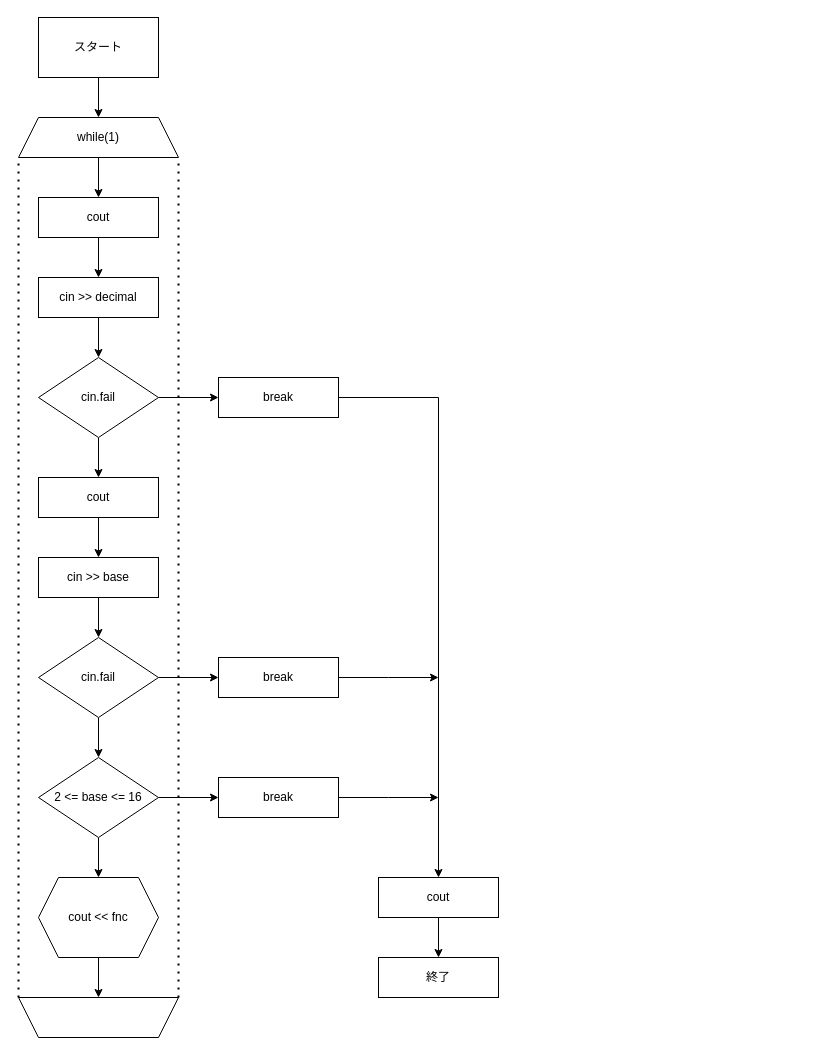
This is base_n_num.drawio from kiakibasl-dev/dentaku, a draw.io file, before an edit. Source tidied: cells renumbered, new cells numbered last; positions are measured from the earlier drawing's top-left corner, leaving out a move shared by most shapes. Both pictures are drawn from the tidied source at 100%, with x=0, y=0 at pixel (18, 17).
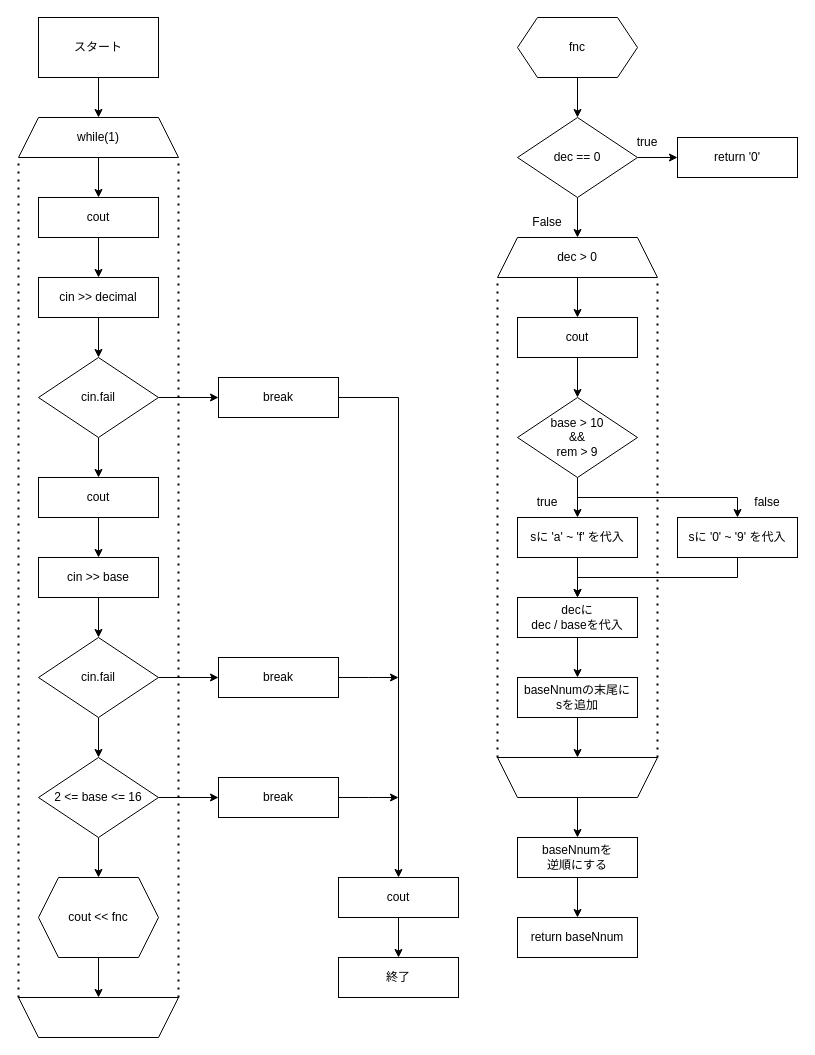
The same diagram, later.

Commit message:
関数fncを追加

Unchanged cells that the change refers to:
```xml
<mxCell id="27" value="break" style="rounded=0;whiteSpace=wrap;html=1;" parent="1" vertex="1">
  <mxGeometry x="200" y="360" width="120" height="40" as="geometry" />
</mxCell>
<mxCell id="29" value="break" style="rounded=0;whiteSpace=wrap;html=1;" parent="1" vertex="1">
  <mxGeometry x="200" y="640" width="120" height="40" as="geometry" />
</mxCell>
<mxCell id="31" value="break" style="rounded=0;whiteSpace=wrap;html=1;" parent="1" vertex="1">
  <mxGeometry x="200" y="760" width="120" height="40" as="geometry" />
</mxCell>
```

The edit, as a diff of the source:
```diff
@@
     <mxCell id="26" style="edgeStyle=orthogonalEdgeStyle;rounded=0;jettySize=auto;html=1;entryX=0.5;entryY=0;entryDx=0;entryDy=0;" parent="1" edge="1" source="27" target="33">
-      <mxGeometry relative="1" as="geometry" />
+      <mxGeometry relative="1" as="geometry">
+        <Array as="points">
+          <mxPoint x="380" y="380" />
+          <mxPoint x="380" y="860" />
+        </Array>
+      </mxGeometry>
     </mxCell>
@@
     <mxCell id="28" style="edgeStyle=orthogonalEdgeStyle;rounded=0;jettySize=auto;html=1;" parent="1" edge="1" source="29">
       <mxGeometry relative="1" as="geometry">
-        <mxPoint x="420" y="660" as="targetPoint" />
+        <mxPoint x="380" y="660" as="targetPoint" />
       </mxGeometry>
     </mxCell>
@@
     <mxCell id="30" style="edgeStyle=orthogonalEdgeStyle;rounded=0;jettySize=auto;html=1;" parent="1" edge="1" source="31">
       <mxGeometry relative="1" as="geometry">
-        <mxPoint x="420" y="780" as="targetPoint" />
+        <mxPoint x="380" y="780" as="targetPoint" />
       </mxGeometry>
     </mxCell>
@@
     <mxCell id="33" value="cout" style="rounded=0;whiteSpace=wrap;html=1;" parent="1" vertex="1">
-      <mxGeometry x="360" y="860" width="120" height="40" as="geometry" />
+      <mxGeometry x="320" y="860" width="120" height="40" as="geometry" />
     </mxCell>
     <mxCell id="34" value="終了" style="rounded=0;whiteSpace=wrap;html=1;" parent="1" vertex="1">
-      <mxGeometry x="360" y="940" width="120" height="40" as="geometry" />
+      <mxGeometry x="320" y="940" width="120" height="40" as="geometry" />
     </mxCell>
@@
+    <mxCell id="37" style="edgeStyle=orthogonalEdgeStyle;rounded=0;jettySize=auto;html=1;" parent="1" edge="1" source="38" target="41">
+      <mxGeometry relative="1" as="geometry" />
+    </mxCell>
+    <mxCell id="38" value="fnc" style="shape=hexagon;perimeter=hexagonPerimeter2;whiteSpace=wrap;html=1;fixedSize=1;" parent="1" vertex="1">
+      <mxGeometry x="499" width="120" height="60" as="geometry" />
+    </mxCell>
+    <mxCell id="39" style="edgeStyle=orthogonalEdgeStyle;rounded=0;jettySize=auto;html=1;" parent="1" edge="1" source="41" target="43">
+      <mxGeometry relative="1" as="geometry" />
+    </mxCell>
+    <mxCell id="40" style="edgeStyle=orthogonalEdgeStyle;rounded=0;jettySize=auto;html=1;" parent="1" edge="1" source="41" target="46">
+      <mxGeometry relative="1" as="geometry" />
+    </mxCell>
+    <mxCell id="41" value="dec == 0" style="rhombus;whiteSpace=wrap;html=1;" parent="1" vertex="1">
+      <mxGeometry x="499" y="100" width="120" height="80" as="geometry" />
+    </mxCell>
+    <mxCell id="42" style="edgeStyle=orthogonalEdgeStyle;rounded=0;jettySize=auto;html=1;" parent="1" edge="1" source="43" target="45">
+      <mxGeometry relative="1" as="geometry" />
+    </mxCell>
+    <mxCell id="43" value="dec &amp;gt; 0" style="shape=trapezoid;perimeter=trapezoidPerimeter;whiteSpace=wrap;html=1;fixedSize=1;" parent="1" vertex="1">
+      <mxGeometry x="479" y="220" width="160" height="40" as="geometry" />
+    </mxCell>
+    <mxCell id="44" style="edgeStyle=orthogonalEdgeStyle;rounded=0;jettySize=auto;html=1;" parent="1" edge="1" source="45" target="49">
+      <mxGeometry relative="1" as="geometry" />
+    </mxCell>
+    <mxCell id="45" value="cout" style="rounded=0;whiteSpace=wrap;html=1;" parent="1" vertex="1">
+      <mxGeometry x="499" y="300" width="120" height="40" as="geometry" />
+    </mxCell>
+    <mxCell id="46" value="return '0'" style="rounded=0;whiteSpace=wrap;html=1;" parent="1" vertex="1">
+      <mxGeometry x="659" y="120" width="120" height="40" as="geometry" />
+    </mxCell>
+    <mxCell id="47" style="edgeStyle=orthogonalEdgeStyle;rounded=0;jettySize=auto;html=1;" parent="1" edge="1" source="49" target="51">
+      <mxGeometry relative="1" as="geometry" />
+    </mxCell>
+    <mxCell id="48" style="edgeStyle=orthogonalEdgeStyle;rounded=0;jettySize=auto;html=1;entryX=0.5;entryY=0;entryDx=0;entryDy=0;" parent="1" edge="1" source="49" target="53">
+      <mxGeometry relative="1" as="geometry">
+        <Array as="points">
+          <mxPoint x="559" y="480" />
+          <mxPoint x="719" y="480" />
+        </Array>
+      </mxGeometry>
+    </mxCell>
+    <mxCell id="49" value="base &amp;gt; 10&lt;div&gt;&amp;amp;&amp;amp;&lt;/div&gt;&lt;div&gt;rem &amp;gt; 9&lt;/div&gt;" style="rhombus;whiteSpace=wrap;html=1;" parent="1" vertex="1">
+      <mxGeometry x="499" y="380" width="120" height="80" as="geometry" />
+    </mxCell>
+    <mxCell id="50" style="edgeStyle=orthogonalEdgeStyle;rounded=0;jettySize=auto;html=1;" parent="1" edge="1" source="51" target="55">
+      <mxGeometry relative="1" as="geometry" />
+    </mxCell>
+    <mxCell id="51" value="sに 'a' ~ 'f' を代入" style="rounded=0;whiteSpace=wrap;html=1;" parent="1" vertex="1">
+      <mxGeometry x="499" y="500" width="120" height="40" as="geometry" />
+    </mxCell>
+    <mxCell id="52" style="edgeStyle=orthogonalEdgeStyle;rounded=0;jettySize=auto;html=1;entryX=0.5;entryY=0;entryDx=0;entryDy=0;" parent="1" edge="1" source="53" target="55">
+      <mxGeometry relative="1" as="geometry">
+        <Array as="points">
+          <mxPoint x="719" y="560" />
+          <mxPoint x="559" y="560" />
+        </Array>
+      </mxGeometry>
+    </mxCell>
+    <mxCell id="53" value="sに '0' ~ '9' を代入" style="rounded=0;whiteSpace=wrap;html=1;" parent="1" vertex="1">
+      <mxGeometry x="659" y="500" width="120" height="40" as="geometry" />
+    </mxCell>
+    <mxCell id="54" style="edgeStyle=orthogonalEdgeStyle;rounded=0;jettySize=auto;html=1;" parent="1" edge="1" source="55" target="57">
+      <mxGeometry relative="1" as="geometry" />
+    </mxCell>
+    <mxCell id="55" value="decに&lt;div&gt;dec / baseを&lt;span style=&quot;background-color: transparent; color: light-dark(rgb(0, 0, 0), rgb(255, 255, 255));&quot;&gt;代入&lt;/span&gt;&lt;/div&gt;" style="rounded=0;whiteSpace=wrap;html=1;" parent="1" vertex="1">
+      <mxGeometry x="499" y="580" width="120" height="40" as="geometry" />
+    </mxCell>
+    <mxCell id="56" style="edgeStyle=orthogonalEdgeStyle;rounded=0;jettySize=auto;html=1;" parent="1" edge="1" source="57" target="61">
+      <mxGeometry relative="1" as="geometry" />
+    </mxCell>
+    <mxCell id="57" value="baseNnumの末尾に&lt;div&gt;sを追加&lt;/div&gt;" style="rounded=0;whiteSpace=wrap;html=1;" parent="1" vertex="1">
+      <mxGeometry x="499" y="660" width="120" height="40" as="geometry" />
+    </mxCell>
+    <mxCell id="58" value="true" style="text;html=1;whiteSpace=wrap;strokeColor=none;fillColor=none;align=center;verticalAlign=middle;rounded=0;" parent="1" vertex="1">
+      <mxGeometry x="499" y="470" width="60" height="30" as="geometry" />
+    </mxCell>
+    <mxCell id="59" value="false" style="text;html=1;whiteSpace=wrap;strokeColor=none;fillColor=none;align=center;verticalAlign=middle;rounded=0;" parent="1" vertex="1">
+      <mxGeometry x="719" y="470" width="60" height="30" as="geometry" />
+    </mxCell>
+    <mxCell id="60" style="edgeStyle=orthogonalEdgeStyle;rounded=0;jettySize=auto;html=1;" parent="1" edge="1" source="61" target="63">
+      <mxGeometry relative="1" as="geometry" />
+    </mxCell>
+    <mxCell id="61" style="shape=trapezoid;perimeter=trapezoidPerimeter;whiteSpace=wrap;html=1;fixedSize=1;rotation=-180;" parent="1" vertex="1">
+      <mxGeometry x="479" y="740" width="160" height="40" as="geometry" />
+    </mxCell>
+    <mxCell id="62" style="edgeStyle=orthogonalEdgeStyle;rounded=0;jettySize=auto;html=1;" parent="1" edge="1" source="63" target="64">
+      <mxGeometry relative="1" as="geometry" />
+    </mxCell>
+    <mxCell id="63" value="baseNnumを&lt;div&gt;逆順にする&lt;/div&gt;" style="whiteSpace=wrap;html=1;" parent="1" vertex="1">
+      <mxGeometry x="499" y="820" width="120" height="40" as="geometry" />
+    </mxCell>
+    <mxCell id="64" value="return baseNnum" style="whiteSpace=wrap;html=1;" parent="1" vertex="1">
+      <mxGeometry x="499" y="900" width="120" height="40" as="geometry" />
+    </mxCell>
+    <mxCell id="65" value="False" style="text;html=1;whiteSpace=wrap;strokeColor=none;fillColor=none;align=center;verticalAlign=middle;rounded=0;" parent="1" vertex="1">
+      <mxGeometry x="499" y="190" width="60" height="30" as="geometry" />
+    </mxCell>
+    <mxCell id="66" value="true" style="text;html=1;whiteSpace=wrap;strokeColor=none;fillColor=none;align=center;verticalAlign=middle;rounded=0;" parent="1" vertex="1">
+      <mxGeometry x="599" y="110" width="60" height="30" as="geometry" />
+    </mxCell>
+    <mxCell id="67" style="endArrow=none;dashed=1;html=1;dashPattern=1 3;strokeWidth=2;rounded=0;entryX=0;entryY=1;entryDx=0;entryDy=0;exitX=1;exitY=1;exitDx=0;exitDy=0;" parent="1" edge="1" source="61" target="43">
+      <mxGeometry relative="1" as="geometry" />
+    </mxCell>
+    <mxCell id="68" style="endArrow=none;dashed=1;html=1;dashPattern=1 3;strokeWidth=2;rounded=0;entryX=1;entryY=1;entryDx=0;entryDy=0;exitX=0;exitY=1;exitDx=0;exitDy=0;" parent="1" edge="1" source="61" target="43">
+      <mxGeometry relative="1" as="geometry" />
+    </mxCell>
```
